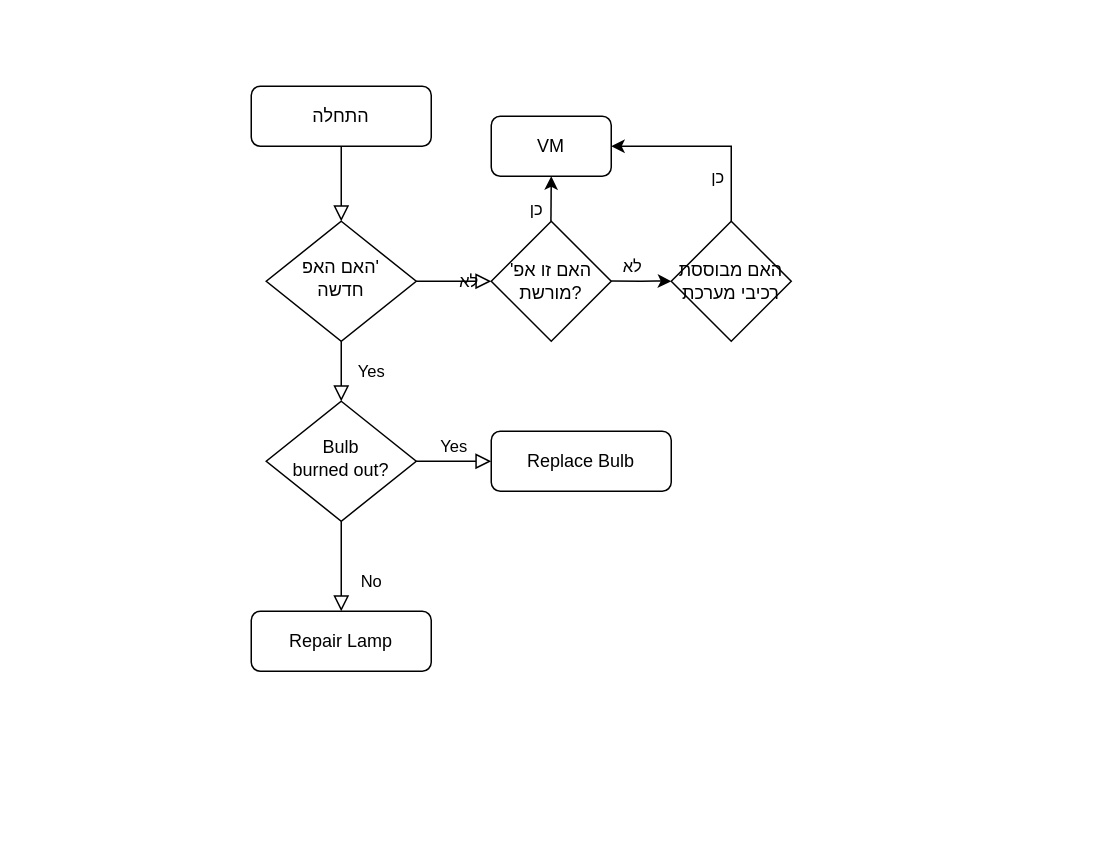
Before: Untitled Diagram.drawio in shay1987/ForNirG, a draw.io diagram. Source tidied: cells renumbered, new cells numbered last; positions are measured from the earlier drawing's top-left corner, leaving out a move shared by most shapes. Both pictures are drawn from the tidied source at 150%, with x=0, y=0 at pixel (250, 86).
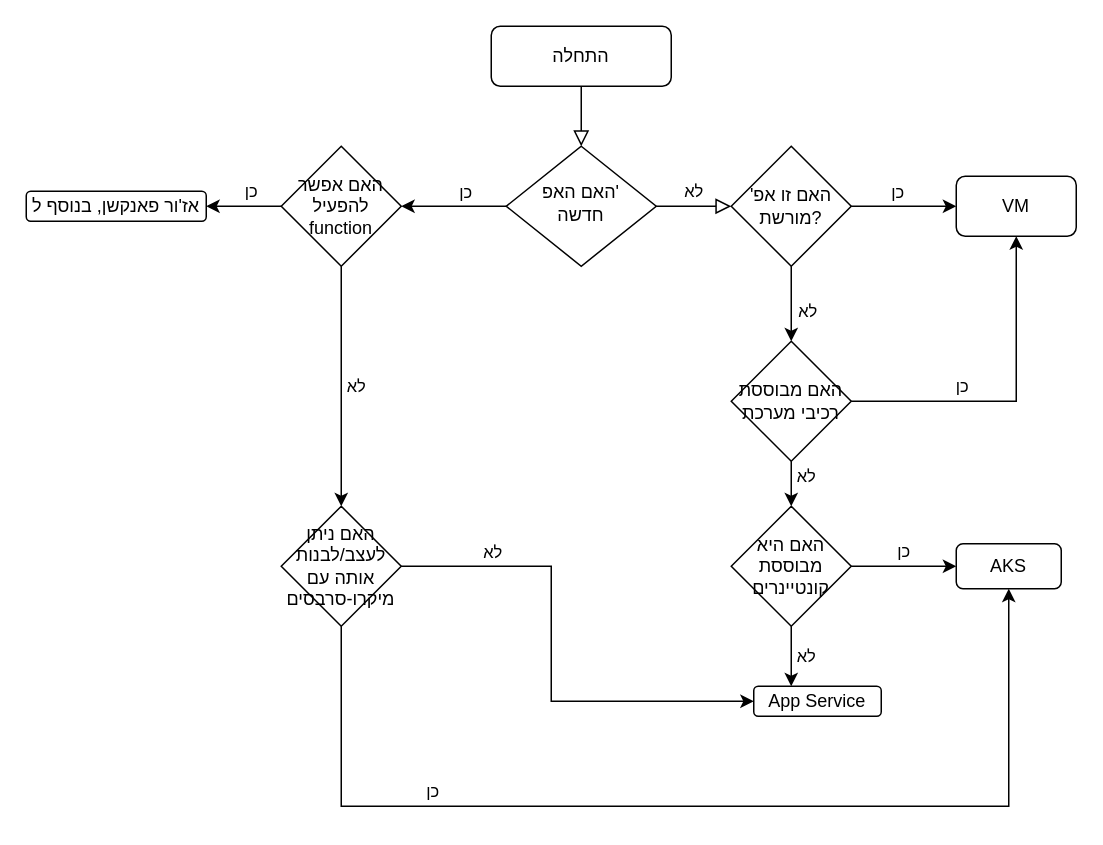
Above is the later version.

Change to the diagram source:
```diff
@@
     <mxCell id="3" value="התחלה" style="rounded=1;whiteSpace=wrap;html=1;fontSize=12;glass=0;strokeWidth=1;shadow=0;" parent="1" vertex="1">
-      <mxGeometry width="120" height="40" as="geometry" />
+      <mxGeometry x="160" y="-40" width="120" height="40" as="geometry" />
     </mxCell>
-    <mxCell id="4" value="Yes" style="rounded=0;html=1;jettySize=auto;fontSize=11;endArrow=block;endFill=0;endSize=8;strokeWidth=1;shadow=0;labelBackgroundColor=none;edgeStyle=orthogonalEdgeStyle;" parent="1" edge="1" source="6" target="9">
-      <mxGeometry y="20" relative="1" as="geometry" />
-    </mxCell>
-    <mxCell id="5" value="לא" style="edgeStyle=orthogonalEdgeStyle;rounded=0;html=1;jettySize=auto;fontSize=11;endArrow=block;endFill=0;endSize=8;strokeWidth=1;shadow=0;labelBackgroundColor=none;" parent="1" edge="1" source="6">
-      <mxGeometry y="10" relative="1" as="geometry">
-        <mxPoint x="160" y="130" as="targetPoint" />
-      </mxGeometry>
+    <mxCell id="5" value="לא" style="edgeStyle=orthogonalEdgeStyle;rounded=0;html=1;jettySize=auto;fontSize=11;endArrow=block;endFill=0;endSize=8;strokeWidth=1;shadow=0;labelBackgroundColor=none;entryX=0;entryY=0.5;entryDx=0;entryDy=0;" parent="1" edge="1" source="6" target="12">
+      <mxGeometry y="10" relative="1" as="geometry" />
     </mxCell>
     <mxCell id="6" value="&lt;div&gt;האם האפ'&lt;/div&gt;&lt;div&gt;חדשה&lt;br&gt;&lt;/div&gt;" style="rhombus;whiteSpace=wrap;html=1;shadow=0;fontFamily=Helvetica;fontSize=12;align=center;strokeWidth=1;spacing=6;spacingTop=-4;" parent="1" vertex="1">
-      <mxGeometry x="10" y="90" width="100" height="80" as="geometry" />
+      <mxGeometry x="170" y="40" width="100" height="80" as="geometry" />
     </mxCell>
-    <mxCell id="7" value="No" style="rounded=0;html=1;jettySize=auto;fontSize=11;endArrow=block;endFill=0;endSize=8;strokeWidth=1;shadow=0;labelBackgroundColor=none;edgeStyle=orthogonalEdgeStyle;" parent="1" edge="1" source="9" target="10">
-      <mxGeometry x="0.33" y="20" relative="1" as="geometry" />
-    </mxCell>
-    <mxCell id="8" value="Yes" style="edgeStyle=orthogonalEdgeStyle;rounded=0;html=1;jettySize=auto;fontSize=11;endArrow=block;endFill=0;endSize=8;strokeWidth=1;shadow=0;labelBackgroundColor=none;" parent="1" edge="1" source="9" target="11">
-      <mxGeometry y="10" relative="1" as="geometry" />
-    </mxCell>
-    <mxCell id="9" value="Bulb&lt;br&gt;burned out?" style="rhombus;whiteSpace=wrap;html=1;shadow=0;fontFamily=Helvetica;fontSize=12;align=center;strokeWidth=1;spacing=6;spacingTop=-4;" parent="1" vertex="1">
-      <mxGeometry x="10" y="210" width="100" height="80" as="geometry" />
-    </mxCell>
-    <mxCell id="10" value="Repair Lamp" style="rounded=1;whiteSpace=wrap;html=1;fontSize=12;glass=0;strokeWidth=1;shadow=0;" parent="1" vertex="1">
-      <mxGeometry y="350" width="120" height="40" as="geometry" />
-    </mxCell>
-    <mxCell id="11" value="Replace Bulb" style="rounded=1;whiteSpace=wrap;html=1;fontSize=12;glass=0;strokeWidth=1;shadow=0;" parent="1" vertex="1">
-      <mxGeometry x="160" y="230" width="120" height="40" as="geometry" />
-    </mxCell>
     <mxCell id="12" value="האם זו אפ' מורשת?" style="rhombus;whiteSpace=wrap;html=1;" parent="1" vertex="1">
-      <mxGeometry x="160" y="90" width="80" height="80" as="geometry" />
+      <mxGeometry x="320" y="40" width="80" height="80" as="geometry" />
     </mxCell>
-    <mxCell id="13" style="endArrow=classic;html=1;rounded=0;" parent="1" edge="1">
-      <mxGeometry relative="1" as="geometry">
-        <mxPoint x="199.8" y="90" as="sourcePoint" />
-        <mxPoint x="200" y="60" as="targetPoint" />
-      </mxGeometry>
-    </mxCell>
-    <mxCell id="14" value="כן" style="edgeLabel;html=1;align=center;verticalAlign=middle;" parent="13" vertex="1">
-      <mxGeometry x="-0.41" y="-1" relative="1" as="geometry">
-        <mxPoint x="-11" as="offset" />
-      </mxGeometry>
-    </mxCell>
+    <mxCell id="21" style="edgeStyle=orthogonalEdgeStyle;rounded=0;jettySize=auto;html=1;exitX=0.75;exitY=0;exitDx=0;exitDy=0;" parent="1" edge="1" source="15">
+      <mxGeometry relative="1" as="geometry">
+        <mxPoint x="530.1" y="60" as="targetPoint" />
+      </mxGeometry>
+    </mxCell>
     <mxCell id="15" value="VM" style="rounded=1;whiteSpace=wrap;html=1;" parent="1" vertex="1">
-      <mxGeometry x="160" y="20" width="80" height="40" as="geometry" />
+      <mxGeometry x="470" y="60" width="80" height="40" as="geometry" />
     </mxCell>
-    <mxCell id="16" style="endArrow=classic;html=1;rounded=0;" parent="1" edge="1">
-      <mxGeometry relative="1" as="geometry">
-        <mxPoint x="240" y="129.8" as="sourcePoint" />
-        <mxPoint x="280" y="130" as="targetPoint" />
-        <Array as="points">
-          <mxPoint x="260" y="130" />
-          <mxPoint x="270" y="129.8" />
-        </Array>
-      </mxGeometry>
-    </mxCell>
+    <mxCell id="18" value="האם מבוססת רכיבי מערכת" style="rhombus;whiteSpace=wrap;html=1;" parent="1" vertex="1">
+      <mxGeometry x="320" y="170" width="80" height="80" as="geometry" />
+    </mxCell>
+    <mxCell id="22" style="endArrow=classic;html=1;rounded=0;entryX=0.5;entryY=0;entryDx=0;entryDy=0;exitX=0.5;exitY=1;exitDx=0;exitDy=0;" parent="1" edge="1" source="12" target="18">
+      <mxGeometry relative="1" as="geometry">
+        <Array as="points">
+          <mxPoint x="360" y="140" />
+          <mxPoint x="360" y="150" />
+        </Array>
+      </mxGeometry>
+    </mxCell>
+    <mxCell id="23" value="&lt;div&gt;לא&lt;/div&gt;" style="edgeLabel;html=1;align=center;verticalAlign=middle;" parent="22" vertex="1">
+      <mxGeometry x="0.74" relative="1" as="geometry">
+        <mxPoint x="10" y="-15" as="offset" />
+      </mxGeometry>
+    </mxCell>
+    <mxCell id="24" style="endArrow=classic;html=1;rounded=0;entryX=0;entryY=0.5;entryDx=0;entryDy=0;" parent="1" edge="1" source="12" target="15">
+      <mxGeometry relative="1" as="geometry" />
+    </mxCell>
+    <mxCell id="25" value="&lt;div&gt;כן&lt;/div&gt;" style="edgeLabel;html=1;align=center;verticalAlign=middle;" parent="24" vertex="1">
+      <mxGeometry x="-0.28" y="1" relative="1" as="geometry">
+        <mxPoint x="5" y="-9" as="offset" />
+      </mxGeometry>
+    </mxCell>
+    <mxCell id="26" value="כן" style="endArrow=classic;html=1;rounded=0;entryX=0.5;entryY=1;entryDx=0;entryDy=0;exitX=1;exitY=0.5;exitDx=0;exitDy=0;" parent="1" edge="1" source="18" target="15">
+      <mxGeometry x="-0.33" y="10" relative="1" as="geometry">
+        <Array as="points">
+          <mxPoint x="510" y="210" />
+        </Array>
+      </mxGeometry>
+    </mxCell>
+    <mxCell id="27" value="האם היא מבוססת קונטיינרים" style="rhombus;whiteSpace=wrap;html=1;" parent="1" vertex="1">
+      <mxGeometry x="320" y="280" width="80" height="80" as="geometry" />
+    </mxCell>
+    <mxCell id="28" value="&lt;div&gt;לא&lt;/div&gt;" style="endArrow=classic;html=1;rounded=0;entryX=0.5;entryY=0;entryDx=0;entryDy=0;exitX=0.5;exitY=1;exitDx=0;exitDy=0;" parent="1" edge="1" source="18" target="27">
+      <mxGeometry x="-0.33" y="10" relative="1" as="geometry" />
+    </mxCell>
+    <mxCell id="29" value="AKS" style="rounded=1;whiteSpace=wrap;html=1;" parent="1" vertex="1">
+      <mxGeometry x="470" y="305" width="70" height="30" as="geometry" />
+    </mxCell>
+    <mxCell id="30" value="כן" style="endArrow=classic;html=1;rounded=0;entryX=0;entryY=0.5;entryDx=0;entryDy=0;exitX=1;exitY=0.5;exitDx=0;exitDy=0;" parent="1" edge="1" source="27" target="29">
+      <mxGeometry y="10" relative="1" as="geometry" />
+    </mxCell>
+    <mxCell id="31" value="App Service" style="rounded=1;whiteSpace=wrap;html=1;" parent="1" vertex="1">
+      <mxGeometry x="335" y="400" width="85" height="20" as="geometry" />
+    </mxCell>
+    <mxCell id="32" value="לא" style="endArrow=classic;html=1;rounded=0;exitX=0.5;exitY=1;exitDx=0;exitDy=0;entryX=0.294;entryY=0;entryDx=0;entryDy=0;entryPerimeter=0;" parent="1" edge="1" source="27" target="31">
+      <mxGeometry y="10" relative="1" as="geometry" />
+    </mxCell>
+    <mxCell id="33" value="&lt;div&gt;האם אפשר להפעיל&lt;/div&gt;&lt;div&gt;function&lt;br&gt;&lt;/div&gt;" style="rhombus;whiteSpace=wrap;html=1;" parent="1" vertex="1">
+      <mxGeometry x="20" y="40" width="80" height="80" as="geometry" />
+    </mxCell>
+    <mxCell id="34" style="endArrow=classic;html=1;rounded=0;entryX=1;entryY=0.5;entryDx=0;entryDy=0;exitX=0;exitY=0.5;exitDx=0;exitDy=0;" parent="1" edge="1" source="6" target="33">
+      <mxGeometry relative="1" as="geometry" />
+    </mxCell>
+    <mxCell id="35" value="כן" style="edgeLabel;html=1;align=center;verticalAlign=middle;" parent="34" vertex="1">
+      <mxGeometry x="-0.2" y="-2" relative="1" as="geometry">
+        <mxPoint y="-8" as="offset" />
+      </mxGeometry>
+    </mxCell>
+    <mxCell id="36" value="אז'ור פאנקשן, בנוסף ל" style="rounded=1;whiteSpace=wrap;html=1;" parent="1" vertex="1">
+      <mxGeometry x="-150" y="70" width="120" height="20" as="geometry" />
+    </mxCell>
+    <mxCell id="37" value="כן" style="endArrow=classic;html=1;rounded=0;entryX=1;entryY=0.5;entryDx=0;entryDy=0;" parent="1" edge="1" source="33" target="36">
+      <mxGeometry x="-0.2" y="-10" relative="1" as="geometry" />
+    </mxCell>
+    <mxCell id="38" value="האם ניתן לעצב/לבנות אותה עם מיקרו-סרבסים" style="rhombus;whiteSpace=wrap;html=1;" parent="1" vertex="1">
+      <mxGeometry x="20" y="280" width="80" height="80" as="geometry" />
+    </mxCell>
+    <mxCell id="39" value="לא" style="endArrow=classic;html=1;rounded=0;entryX=0.5;entryY=0;entryDx=0;entryDy=0;exitX=0.5;exitY=1;exitDx=0;exitDy=0;" parent="1" edge="1" source="33" target="38">
+      <mxGeometry y="10" relative="1" as="geometry" />
+    </mxCell>
+    <mxCell id="40" style="endArrow=classic;html=1;rounded=0;entryX=0;entryY=0.5;entryDx=0;entryDy=0;" parent="1" edge="1" target="31">
+      <mxGeometry relative="1" as="geometry">
+        <mxPoint x="100" y="320" as="sourcePoint" />
+        <Array as="points">
+          <mxPoint x="200" y="320" />
+          <mxPoint x="200" y="410" />
+        </Array>
+      </mxGeometry>
+    </mxCell>
-    <mxCell id="17" value="לא" style="edgeLabel;html=1;align=center;verticalAlign=middle;" parent="16" vertex="1">
-      <mxGeometry x="-0.22" relative="1" as="geometry">
-        <mxPoint x="-2" y="-10" as="offset" />
+    <mxCell id="17" value="לא" style="edgeLabel;html=1;align=center;verticalAlign=middle;" parent="40" vertex="1">
+      <mxGeometry x="-0.61" y="1" relative="1" as="geometry">
+        <mxPoint x="-3" y="-9" as="offset" />
       </mxGeometry>
     </mxCell>
-    <mxCell id="18" value="האם מבוססת רכיבי מערכת" style="rhombus;whiteSpace=wrap;html=1;" parent="1" vertex="1">
-      <mxGeometry x="280" y="90" width="80" height="80" as="geometry" />
-    </mxCell>
-    <mxCell id="19" style="endArrow=classic;html=1;rounded=0;entryX=1;entryY=0.5;entryDx=0;entryDy=0;" parent="1" edge="1" target="15">
-      <mxGeometry relative="1" as="geometry">
-        <mxPoint x="320" y="90" as="sourcePoint" />
-        <Array as="points">
-          <mxPoint x="320" y="40" />
-        </Array>
-      </mxGeometry>
-    </mxCell>
-    <mxCell id="20" value="כן" style="edgeLabel;html=1;align=center;verticalAlign=middle;" parent="19" vertex="1">
-      <mxGeometry x="-0.55" y="-1" relative="1" as="geometry">
-        <mxPoint x="-11" y="-1" as="offset" />
-      </mxGeometry>
-    </mxCell>
+    <mxCell id="41" value="כן" style="endArrow=classic;html=1;rounded=0;entryX=0.5;entryY=1;entryDx=0;entryDy=0;exitX=0.5;exitY=1;exitDx=0;exitDy=0;" parent="1" edge="1" source="38" target="29">
+      <mxGeometry x="-0.49" y="10" relative="1" as="geometry">
+        <Array as="points">
+          <mxPoint x="60" y="480" />
+          <mxPoint x="505" y="480" />
+        </Array>
+      </mxGeometry>
+    </mxCell>
```
